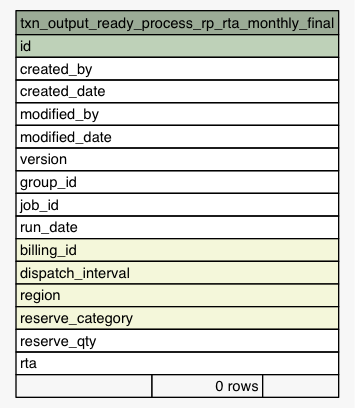
eyana-m/python-data-dictionary-writer keeps this Graphviz diagram as Data/settlement/diagrams/summary/txn_output_ready_process_rp_rta_monthly_final.1degree.png. Above is the earlier version. Its source is kept beside it as Data/settlement/diagrams/summary/txn_output_ready_process_rp_rta_monthly_final.1degree.dot. Source of this version:
```dot
digraph "txn_output_ready_process_rp_rta_monthly_final" {
  graph [
    rankdir="RL"
    bgcolor="#f7f7f7"
    nodesep="0.18"
    ranksep="0.46"
    fontname="Helvetica"
    fontsize="11"
  ];
  node [
    fontname="Helvetica"
    fontsize="11"
    shape="plaintext"
  ];
  edge [
    arrowsize="0.8"
  ];
  "txn_output_ready_process_rp_rta_monthly_final" [
    label=<
    <TABLE BORDER="0" CELLBORDER="1" CELLSPACING="0" BGCOLOR="#ffffff">
      <TR><TD COLSPAN="3" BGCOLOR="#9bab96" ALIGN="CENTER">txn_output_ready_process_rp_rta_monthly_final</TD></TR>
      <TR><TD PORT="id" COLSPAN="3" BGCOLOR="#bed1b8" ALIGN="LEFT">id</TD></TR>
      <TR><TD PORT="created_by" COLSPAN="3" ALIGN="LEFT">created_by</TD></TR>
      <TR><TD PORT="created_date" COLSPAN="3" ALIGN="LEFT">created_date</TD></TR>
      <TR><TD PORT="modified_by" COLSPAN="3" ALIGN="LEFT">modified_by</TD></TR>
      <TR><TD PORT="modified_date" COLSPAN="3" ALIGN="LEFT">modified_date</TD></TR>
      <TR><TD PORT="version" COLSPAN="3" ALIGN="LEFT">version</TD></TR>
      <TR><TD PORT="group_id" COLSPAN="3" ALIGN="LEFT">group_id</TD></TR>
      <TR><TD PORT="job_id" COLSPAN="3" ALIGN="LEFT">job_id</TD></TR>
      <TR><TD PORT="run_date" COLSPAN="3" ALIGN="LEFT">run_date</TD></TR>
      <TR><TD PORT="billing_id" COLSPAN="3" BGCOLOR="#f4f7da" ALIGN="LEFT">billing_id</TD></TR>
      <TR><TD PORT="dispatch_interval" COLSPAN="3" BGCOLOR="#f4f7da" ALIGN="LEFT">dispatch_interval</TD></TR>
      <TR><TD PORT="region" COLSPAN="3" BGCOLOR="#f4f7da" ALIGN="LEFT">region</TD></TR>
      <TR><TD PORT="reserve_category" COLSPAN="3" BGCOLOR="#f4f7da" ALIGN="LEFT">reserve_category</TD></TR>
      <TR><TD PORT="reserve_qty" COLSPAN="3" ALIGN="LEFT">reserve_qty</TD></TR>
      <TR><TD PORT="rta" COLSPAN="3" ALIGN="LEFT">rta</TD></TR>
      <TR><TD ALIGN="LEFT" BGCOLOR="#f7f7f7">  </TD><TD ALIGN="RIGHT" BGCOLOR="#f7f7f7">0 rows</TD><TD ALIGN="RIGHT" BGCOLOR="#f7f7f7">  </TD></TR>
    </TABLE>>
    URL="tables/txn_output_ready_process_rp_rta_monthly_final.html"
    tooltip="txn_output_ready_process_rp_rta_monthly_final"
  ];
}
```
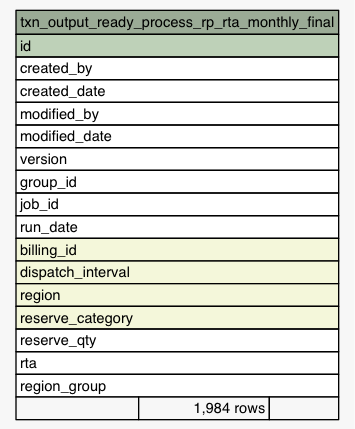
After the change.

What changed in the source:
```diff
@@ -34,7 +34,8 @@
       <TR><TD PORT="reserve_category" COLSPAN="3" BGCOLOR="#f4f7da" ALIGN="LEFT">reserve_category</TD></TR>
       <TR><TD PORT="reserve_qty" COLSPAN="3" ALIGN="LEFT">reserve_qty</TD></TR>
       <TR><TD PORT="rta" COLSPAN="3" ALIGN="LEFT">rta</TD></TR>
-      <TR><TD ALIGN="LEFT" BGCOLOR="#f7f7f7">  </TD><TD ALIGN="RIGHT" BGCOLOR="#f7f7f7">0 rows</TD><TD ALIGN="RIGHT" BGCOLOR="#f7f7f7">  </TD></TR>
+      <TR><TD PORT="region_group" COLSPAN="3" ALIGN="LEFT">region_group</TD></TR>
+      <TR><TD ALIGN="LEFT" BGCOLOR="#f7f7f7">  </TD><TD ALIGN="RIGHT" BGCOLOR="#f7f7f7">1,984 rows</TD><TD ALIGN="RIGHT" BGCOLOR="#f7f7f7">  </TD></TR>
     </TABLE>>
     URL="tables/txn_output_ready_process_rp_rta_monthly_final.html"
     tooltip="txn_output_ready_process_rp_rta_monthly_final"
```
